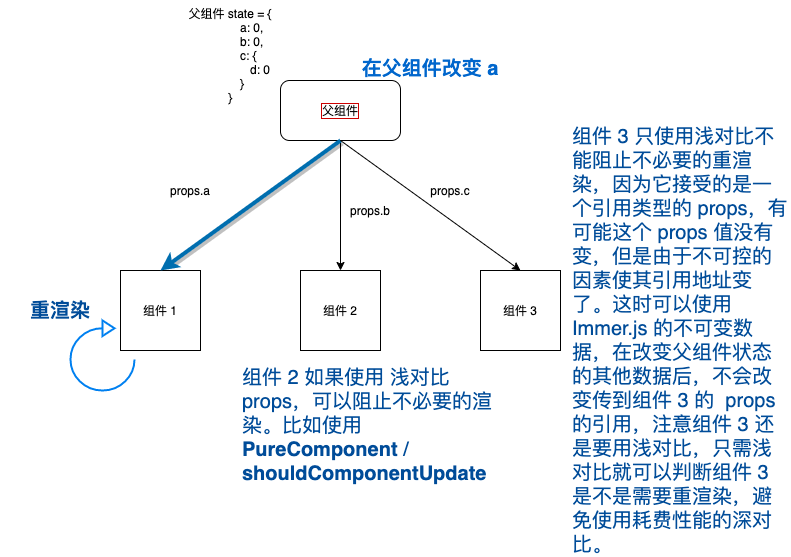
Earlier version of the draw.io export src/features/test-immer/1.drawio.png (qumuchegi/react-feature-test). Source tidied: cells renumbered, new cells last; positions are measured from the earlier drawing's top-left corner, leaving out a move shared by most shapes.
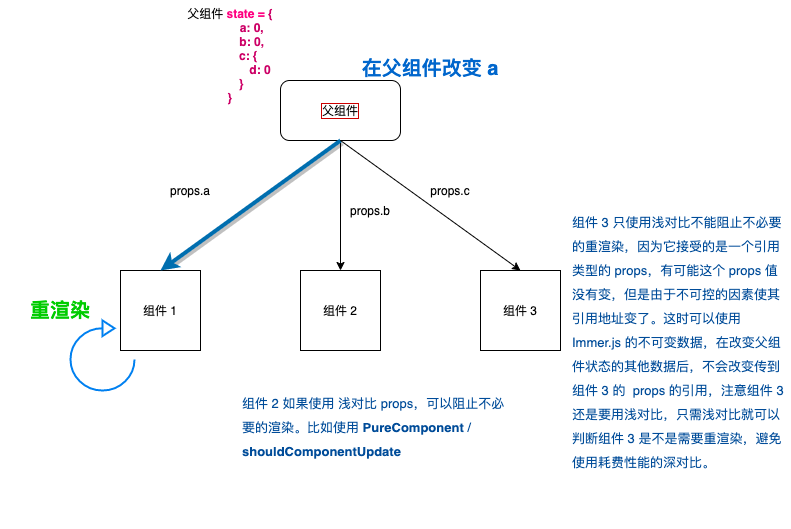
Later version of the same file.

The edit, as a diff of the source:
```diff
@@ -32,7 +32,7 @@
     <mxCell id="11" value="props.c" style="text;html=1;strokeColor=none;fillColor=none;align=center;verticalAlign=middle;whiteSpace=wrap;rounded=0;" parent="1" vertex="1">
       <mxGeometry x="430" y="180" width="40" height="20" as="geometry" />
     </mxCell>
-    <mxCell id="12" value="父组件 state = {&lt;br&gt;&amp;nbsp; &amp;nbsp; &amp;nbsp; &amp;nbsp; &amp;nbsp; &amp;nbsp; &amp;nbsp;a: 0,&lt;br&gt;&amp;nbsp; &amp;nbsp; &amp;nbsp; &amp;nbsp; &amp;nbsp; &amp;nbsp; &amp;nbsp;b: 0,&lt;br&gt;&amp;nbsp; &amp;nbsp; &amp;nbsp; &amp;nbsp; &amp;nbsp; &amp;nbsp;c: {&lt;br&gt;&amp;nbsp; &amp;nbsp; &amp;nbsp; &amp;nbsp; &amp;nbsp; &amp;nbsp; &amp;nbsp; &amp;nbsp; &amp;nbsp; d: 0&lt;br&gt;&amp;nbsp; &amp;nbsp; &amp;nbsp; &amp;nbsp;}&lt;br&gt;}" style="text;html=1;strokeColor=none;fillColor=none;align=center;verticalAlign=middle;whiteSpace=wrap;rounded=0;" parent="1" vertex="1">
+    <mxCell id="12" value="父组件 &lt;b&gt;&lt;font color=&quot;#ff0080&quot;&gt;state =&lt;/font&gt;&lt;/b&gt; &lt;b&gt;&lt;font color=&quot;#cc0066&quot;&gt;{&lt;br&gt;&amp;nbsp; &amp;nbsp; &amp;nbsp; &amp;nbsp; &amp;nbsp; &amp;nbsp; &amp;nbsp;a: 0,&lt;br&gt;&amp;nbsp; &amp;nbsp; &amp;nbsp; &amp;nbsp; &amp;nbsp; &amp;nbsp; &amp;nbsp;b: 0,&lt;br&gt;&amp;nbsp; &amp;nbsp; &amp;nbsp; &amp;nbsp; &amp;nbsp; &amp;nbsp;c: {&lt;br&gt;&amp;nbsp; &amp;nbsp; &amp;nbsp; &amp;nbsp; &amp;nbsp; &amp;nbsp; &amp;nbsp; &amp;nbsp; &amp;nbsp; d: 0&lt;br&gt;&amp;nbsp; &amp;nbsp; &amp;nbsp; &amp;nbsp;}&lt;br&gt;}&lt;/font&gt;&lt;/b&gt;" style="text;html=1;strokeColor=none;fillColor=none;align=center;verticalAlign=middle;whiteSpace=wrap;rounded=0;" parent="1" vertex="1">
       <mxGeometry x="170" width="120" height="110" as="geometry" />
     </mxCell>
     <mxCell id="13" value="在父组件改变 a" style="text;html=1;strokeColor=none;fillColor=none;align=center;verticalAlign=middle;whiteSpace=wrap;rounded=0;fontColor=#0066CC;fontStyle=1;fontSize=20;" parent="1" vertex="1">
@@ -41,13 +41,13 @@
     <mxCell id="14" style="html=1;verticalLabelPosition=bottom;align=center;labelBackgroundColor=#ffffff;verticalAlign=top;strokeWidth=2;strokeColor=#0080F0;shadow=0;dashed=0;shape=mxgraph.ios7.icons.reload;" parent="1" vertex="1">
       <mxGeometry x="70" y="320" width="64" height="70" as="geometry" />
     </mxCell>
-    <mxCell id="15" value="重渲染" style="text;html=1;strokeColor=none;fillColor=none;align=center;verticalAlign=middle;whiteSpace=wrap;rounded=0;fontSize=20;fontColor=#004C99;fontStyle=1;" parent="1" vertex="1">
+    <mxCell id="15" value="&lt;font color=&quot;#00cc00&quot;&gt;重渲染&lt;/font&gt;" style="text;html=1;strokeColor=none;fillColor=none;align=center;verticalAlign=middle;whiteSpace=wrap;rounded=0;fontSize=20;fontColor=#004C99;fontStyle=1;" parent="1" vertex="1">
       <mxGeometry y="300" width="120" height="20" as="geometry" />
     </mxCell>
-    <mxCell id="16" value="&lt;font style=&quot;font-size: 20px&quot;&gt;组件 2 如果使用 浅对比 props，可以阻止不必要的渲染。比如使用 &lt;b&gt;PureComponent&lt;/b&gt; / &lt;b&gt;shouldComponentUpdate&lt;/b&gt;&lt;/font&gt;" style="text;html=1;strokeColor=none;fillColor=none;align=left;verticalAlign=middle;whiteSpace=wrap;rounded=0;fontSize=20;fontColor=#004C99;" parent="1" vertex="1">
+    <mxCell id="16" value="&lt;font style=&quot;font-size: 13px&quot;&gt;组件 2 如果使用 浅对比 props，可以阻止不必要的渲染。比如使用 &lt;b&gt;PureComponent&lt;/b&gt; / &lt;b&gt;shouldComponentUpdate&lt;/b&gt;&lt;/font&gt;" style="text;html=1;strokeColor=none;fillColor=none;align=left;verticalAlign=middle;whiteSpace=wrap;rounded=0;fontSize=20;fontColor=#004C99;" parent="1" vertex="1">
       <mxGeometry x="240" y="370" width="270" height="110" as="geometry" />
     </mxCell>
-    <mxCell id="17" value="组件 3 只使用浅对比不能阻止不必要的重渲染，因为它接受的是一个引用类型的 props，有可能这个 props 值没有变，但是由于不可控的因素使其引用地址变了。这时可以使用 Immer.js 的不可变数据，在改变父组件状态的其他数据后，不会改变传到组件 3 的&amp;nbsp; props 的引用，注意组件 3 还是要用浅对比，只需浅对比就可以判断组件 3 是不是需要重渲染，避免使用耗费性能的深对比。" style="text;html=1;strokeColor=none;fillColor=none;align=left;verticalAlign=middle;whiteSpace=wrap;rounded=0;fontSize=20;fontColor=#004C99;" parent="1" vertex="1">
+    <mxCell id="17" value="&lt;font style=&quot;font-size: 13px&quot;&gt;组件 3 只使用浅对比不能阻止不必要的重渲染，因为它接受的是一个引用类型的 props，有可能这个 props 值没有变，但是由于不可控的因素使其引用地址变了。这时可以使用 Immer.js 的不可变数据，在改变父组件状态的其他数据后，不会改变传到组件 3 的&amp;nbsp; props 的引用，注意组件 3 还是要用浅对比，只需浅对比就可以判断组件 3 是不是需要重渲染，避免使用耗费性能的深对比。&lt;/font&gt;" style="text;html=1;strokeColor=none;fillColor=none;align=left;verticalAlign=middle;whiteSpace=wrap;rounded=0;fontSize=20;fontColor=#004C99;" parent="1" vertex="1">
       <mxGeometry x="570" y="160" width="220" height="360" as="geometry" />
     </mxCell>
     <mxCell id="18" style="edgeStyle=orthogonalEdgeStyle;rounded=0;orthogonalLoop=1;jettySize=auto;html=1;exitX=0.5;exitY=1;exitDx=0;exitDy=0;" parent="1" edge="1" source="17" target="17">
```
